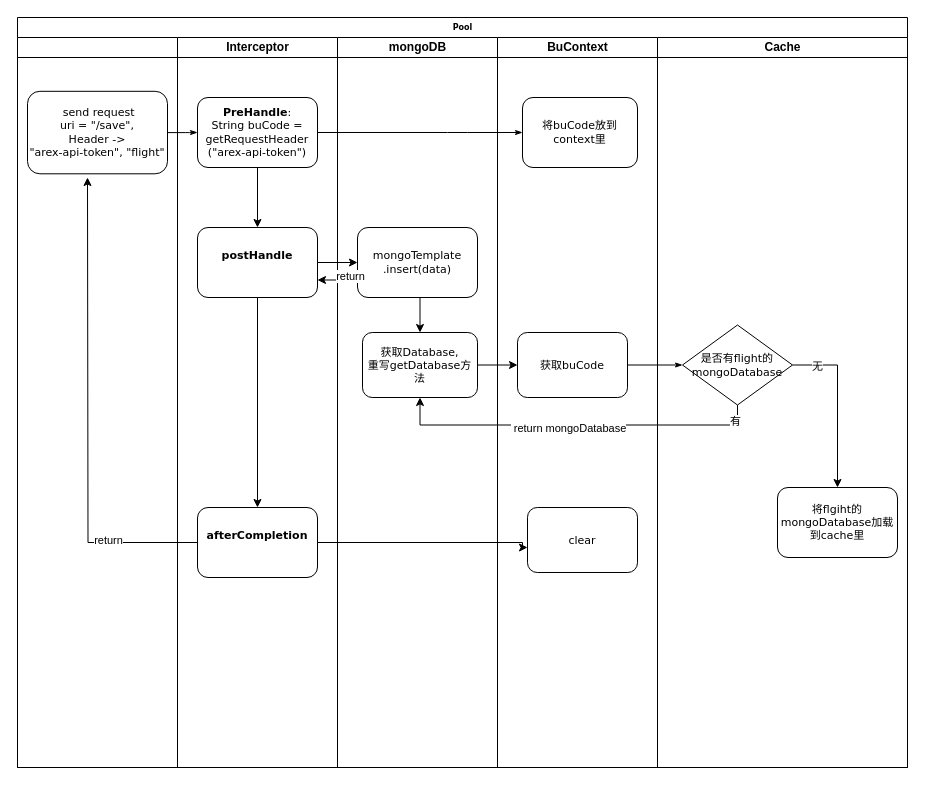
This is 未命名绘图.drawio from pangdayuan1/arex-storage, a draw.io file, before an edit. Source tidied: cells renumbered, new cells numbered last; positions are measured from the earlier drawing's top-left corner, leaving out a move shared by most shapes. Both pictures are drawn from the tidied source at 100%, with x=0, y=0 at pixel (17, 17).
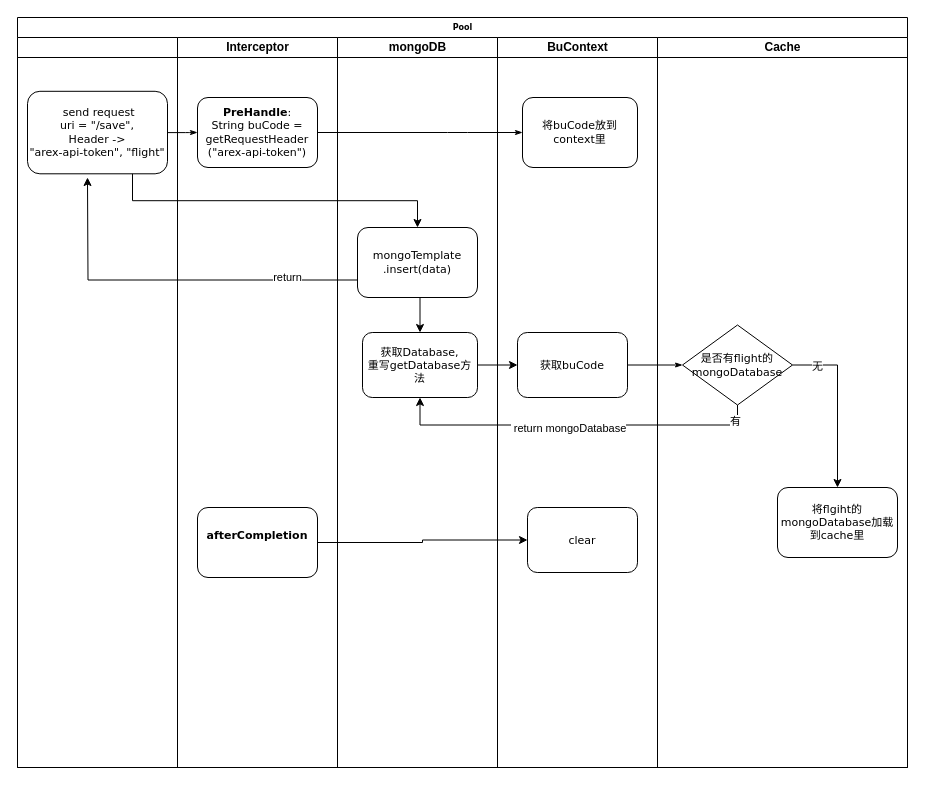
The same diagram, later.

Unchanged cells that the change refers to:
```xml
<mxCell id="2" value="Pool" style="swimlane;html=1;startSize=20;rounded=0;shadow=0;labelBackgroundColor=none;strokeWidth=1;fontFamily=Verdana;fontSize=8;align=center;" parent="1" vertex="1">
  <mxGeometry width="890" height="750" as="geometry" />
</mxCell>
<mxCell id="5" value="&lt;font style=&quot;font-size: 11px;&quot;&gt;&amp;nbsp;send request&lt;br&gt;uri = &quot;/save&quot;,&lt;br&gt;Header -&amp;gt; &lt;br&gt;&quot;arex-api-token&quot;, &quot;flight&quot;&lt;/font&gt;" style="rounded=1;whiteSpace=wrap;html=1;shadow=0;labelBackgroundColor=none;strokeWidth=1;fontFamily=Verdana;fontSize=8;align=center;" parent="4" vertex="1">
  <mxGeometry x="10" y="53.8" width="140" height="82.5" as="geometry" />
</mxCell>
<mxCell id="6" value="Interceptor" style="swimlane;html=1;startSize=20;" parent="2" vertex="1">
  <mxGeometry x="160" y="20" width="160" height="730" as="geometry" />
</mxCell>
<mxCell id="8" value="&lt;font style=&quot;font-size: 11px;&quot;&gt;&lt;b&gt;PreHandle&lt;/b&gt;:&lt;br&gt;String buCode = getRequestHeader&lt;br&gt;(&quot;arex-api-token&quot;)&lt;/font&gt;" style="rounded=1;whiteSpace=wrap;html=1;shadow=0;labelBackgroundColor=none;strokeWidth=1;fontFamily=Verdana;fontSize=8;align=center;" parent="6" vertex="1">
  <mxGeometry x="20" y="60" width="120" height="70" as="geometry" />
</mxCell>
<mxCell id="11" value="&lt;font style=&quot;font-size: 11px;&quot;&gt;&lt;b&gt;afterCompletion&lt;br&gt;&lt;/b&gt;&lt;br&gt;&lt;/font&gt;" style="rounded=1;whiteSpace=wrap;html=1;shadow=0;labelBackgroundColor=none;strokeWidth=1;fontFamily=Verdana;fontSize=8;align=center;" parent="6" vertex="1">
  <mxGeometry x="20" y="470" width="120" height="70" as="geometry" />
</mxCell>
<mxCell id="14" value="mongoDB" style="swimlane;html=1;startSize=20;" parent="2" vertex="1">
  <mxGeometry x="320" y="20" width="160" height="730" as="geometry" />
</mxCell>
<mxCell id="16" value="&lt;font style=&quot;font-size: 11px;&quot;&gt;mongoTemplate&lt;br&gt;.insert(data)&lt;/font&gt;" style="rounded=1;whiteSpace=wrap;html=1;shadow=0;labelBackgroundColor=none;strokeWidth=1;fontFamily=Verdana;fontSize=8;align=center;" parent="14" vertex="1">
  <mxGeometry x="20" y="190" width="120" height="70" as="geometry" />
</mxCell>
<mxCell id="23" value="&lt;font style=&quot;font-size: 11px;&quot;&gt;clear&lt;/font&gt;" style="rounded=1;whiteSpace=wrap;html=1;shadow=0;labelBackgroundColor=none;strokeWidth=1;fontFamily=Verdana;fontSize=8;align=center;" parent="20" vertex="1">
  <mxGeometry x="30" y="470" width="110" height="65" as="geometry" />
</mxCell>
```

The edit, as a diff of the source:
```diff
@@
-    <mxCell id="7" style="edgeStyle=orthogonalEdgeStyle;rounded=0;jettySize=auto;html=1;exitX=0.5;exitY=1;exitDx=0;exitDy=0;entryX=0.5;entryY=0;entryDx=0;entryDy=0;" parent="6" edge="1" source="8" target="13">
-      <mxGeometry relative="1" as="geometry" />
-    </mxCell>
@@
-    <mxCell id="9" style="edgeStyle=orthogonalEdgeStyle;rounded=0;jettySize=auto;html=1;exitX=0;exitY=0.5;exitDx=0;exitDy=0;" parent="6" edge="1" source="11">
+    <mxCell id="9" style="edgeStyle=orthogonalEdgeStyle;rounded=0;jettySize=auto;html=1;exitX=0;exitY=0.75;exitDx=0;exitDy=0;" parent="6" edge="1" source="16">
       <mxGeometry relative="1" as="geometry">
         <mxPoint x="-90" y="140" as="targetPoint" />
       </mxGeometry>
     </mxCell>
@@
-    <mxCell id="12" style="edgeStyle=orthogonalEdgeStyle;rounded=0;jettySize=auto;html=1;" parent="6" edge="1" source="13" target="11">
-      <mxGeometry relative="1" as="geometry" />
-    </mxCell>
-    <mxCell id="13" value="&lt;font style=&quot;font-size: 11px;&quot;&gt;&lt;b&gt;postHandle&lt;br&gt;&lt;/b&gt;&lt;br&gt;&lt;/font&gt;" style="rounded=1;whiteSpace=wrap;html=1;shadow=0;labelBackgroundColor=none;strokeWidth=1;fontFamily=Verdana;fontSize=8;align=center;" parent="6" vertex="1">
-      <mxGeometry x="20" y="190" width="120" height="70" as="geometry" />
-    </mxCell>
@@
-    <mxCell id="19" style="edgeStyle=orthogonalEdgeStyle;rounded=0;jettySize=auto;html=1;exitX=1;exitY=0.5;exitDx=0;exitDy=0;entryX=0;entryY=0.615;entryDx=0;entryDy=0;entryPerimeter=0;" parent="14" edge="1" source="11" target="23">
-      <mxGeometry relative="1" as="geometry">
-        <Array as="points">
-          <mxPoint x="185" y="505" />
-        </Array>
-      </mxGeometry>
-    </mxCell>
@@
-    <mxCell id="25" style="edgeStyle=orthogonalEdgeStyle;rounded=0;jettySize=auto;html=1;" parent="2" edge="1" source="13" target="16">
+    <mxCell id="25" style="edgeStyle=orthogonalEdgeStyle;rounded=0;jettySize=auto;html=1;exitX=0.75;exitY=1;exitDx=0;exitDy=0;" parent="2" edge="1" source="5" target="16">
       <mxGeometry relative="1" as="geometry" />
     </mxCell>
@@
-    <mxCell id="35" style="edgeStyle=orthogonalEdgeStyle;rounded=0;jettySize=auto;html=1;exitX=0;exitY=0.75;exitDx=0;exitDy=0;entryX=1;entryY=0.75;entryDx=0;entryDy=0;" parent="2" edge="1" source="16" target="13">
-      <mxGeometry relative="1" as="geometry" />
-    </mxCell>
-    <mxCell id="36" value="return" style="edgeLabel;html=1;align=center;verticalAlign=middle;" parent="35" vertex="1">
-      <mxGeometry x="-0.6" y="-4" relative="1" as="geometry" />
-    </mxCell>
+    <mxCell id="19" style="edgeStyle=orthogonalEdgeStyle;rounded=0;jettySize=auto;html=1;exitX=1;exitY=0.5;exitDx=0;exitDy=0;entryX=0;entryY=0.5;entryDx=0;entryDy=0;" parent="2" edge="1" source="11" target="23">
+      <mxGeometry relative="1" as="geometry" />
+    </mxCell>
```
